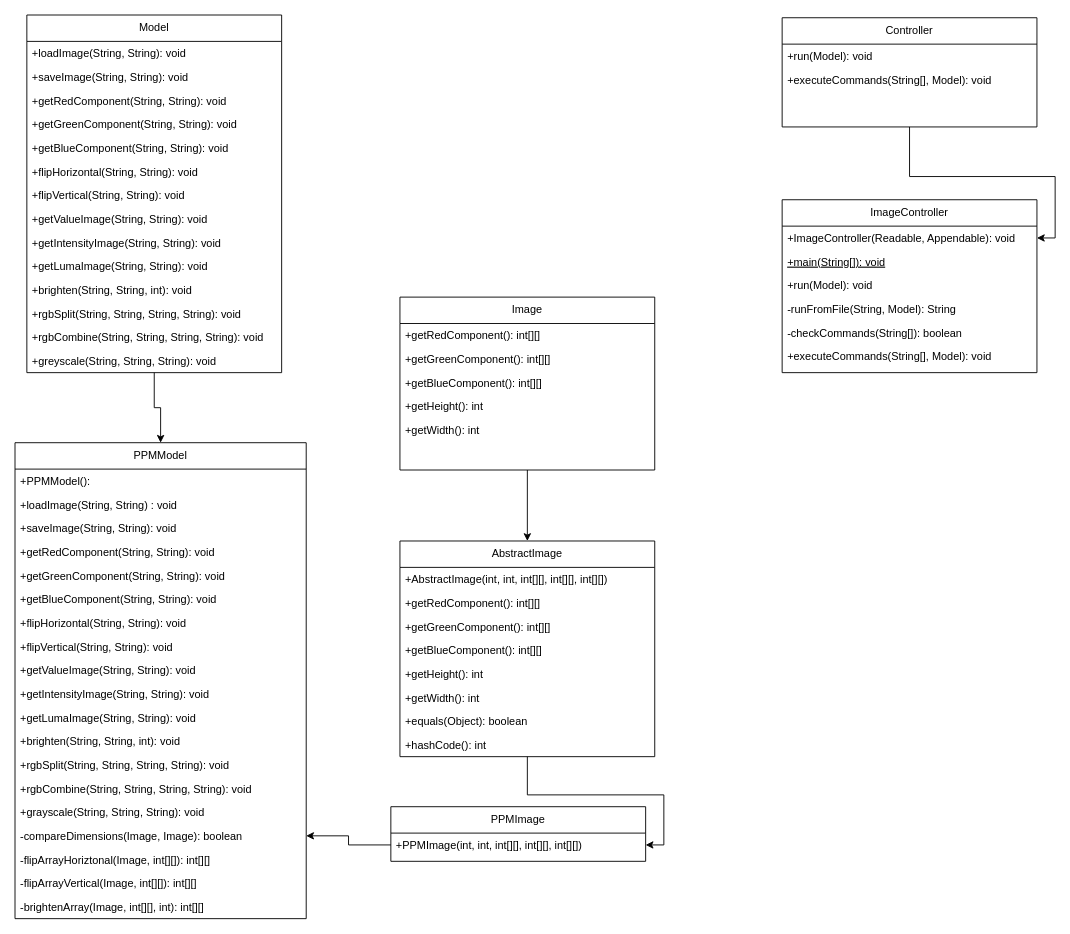
Before: src/Untitled Diagram.drawio in Brian-T-Horner/CS5010-Assignment4, a draw.io diagram. Source tidied: cells renumbered, new cells numbered last; positions are measured from the earlier drawing's top-left corner, leaving out a move shared by most shapes. Both pictures are drawn from the tidied source at 91%, with x=0, y=0 at pixel (15, 15).
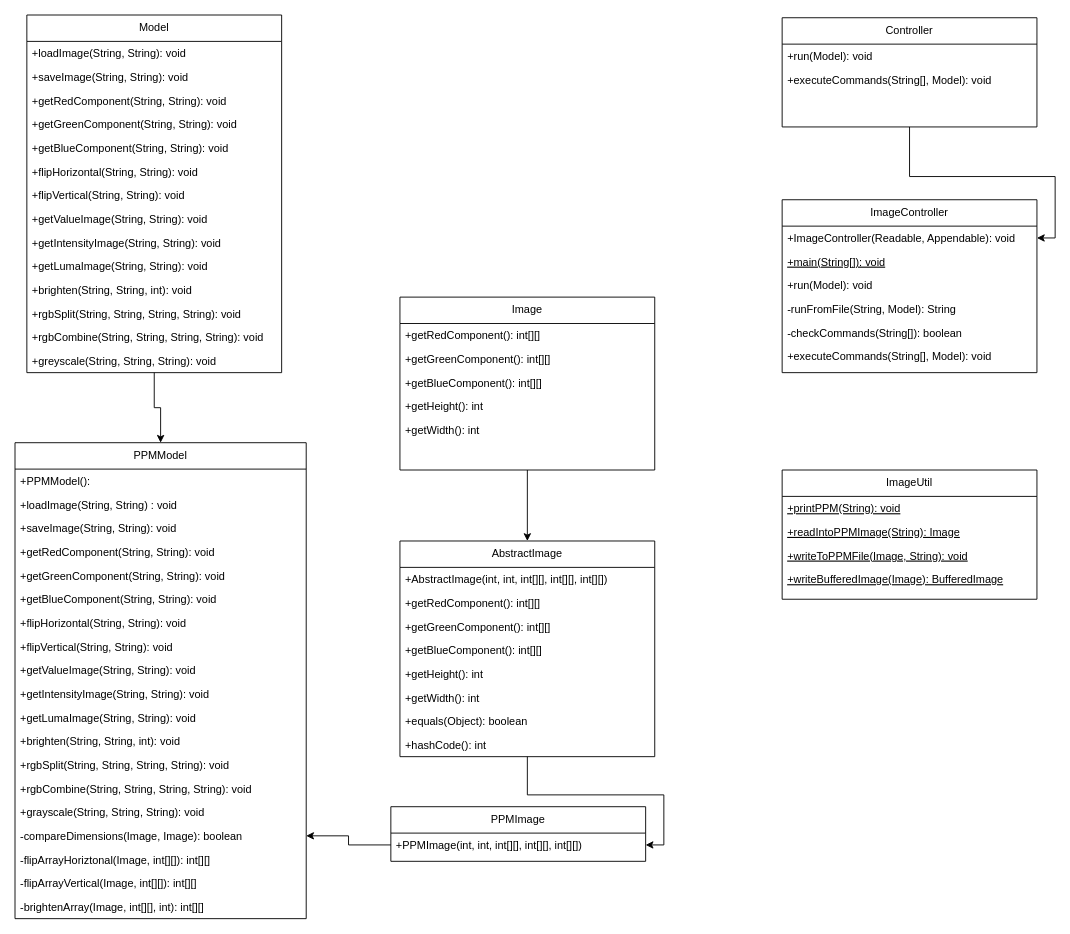
After the change.

Commit message:
Added ImageUtil to diagram

What changed in the source:
```diff
@@
+    <mxCell id="69" value="ImageUtil" style="swimlane;fontStyle=0;align=center;verticalAlign=top;horizontal=1;startSize=29;rounded=0;shadow=0;strokeWidth=1;" parent="1" vertex="1">
+      <mxGeometry x="843" y="500" width="280" height="142" as="geometry" />
+    </mxCell>
+    <mxCell id="70" value="+printPPM(String): void" style="text;align=left;verticalAlign=top;spacingLeft=4;spacingRight=4;overflow=hidden;fontStyle=4;" parent="69" vertex="1">
+      <mxGeometry y="29" width="280" height="26" as="geometry" />
+    </mxCell>
+    <mxCell id="71" value="+readIntoPPMImage(String): Image" style="text;align=left;verticalAlign=top;spacingLeft=4;spacingRight=4;overflow=hidden;fontStyle=4;" parent="69" vertex="1">
+      <mxGeometry y="55" width="280" height="26" as="geometry" />
+    </mxCell>
+    <mxCell id="72" value="+writeToPPMFile(Image, String): void" style="text;align=left;verticalAlign=top;spacingLeft=4;spacingRight=4;overflow=hidden;fontStyle=4;" parent="69" vertex="1">
+      <mxGeometry y="81" width="280" height="26" as="geometry" />
+    </mxCell>
+    <mxCell id="73" value="+writeBufferedImage(Image): BufferedImage" style="text;align=left;verticalAlign=top;spacingLeft=4;spacingRight=4;overflow=hidden;rounded=0;shadow=0;html=0;fontStyle=4;" parent="69" vertex="1">
+      <mxGeometry y="107" width="280" height="26" as="geometry" />
+    </mxCell>
```
